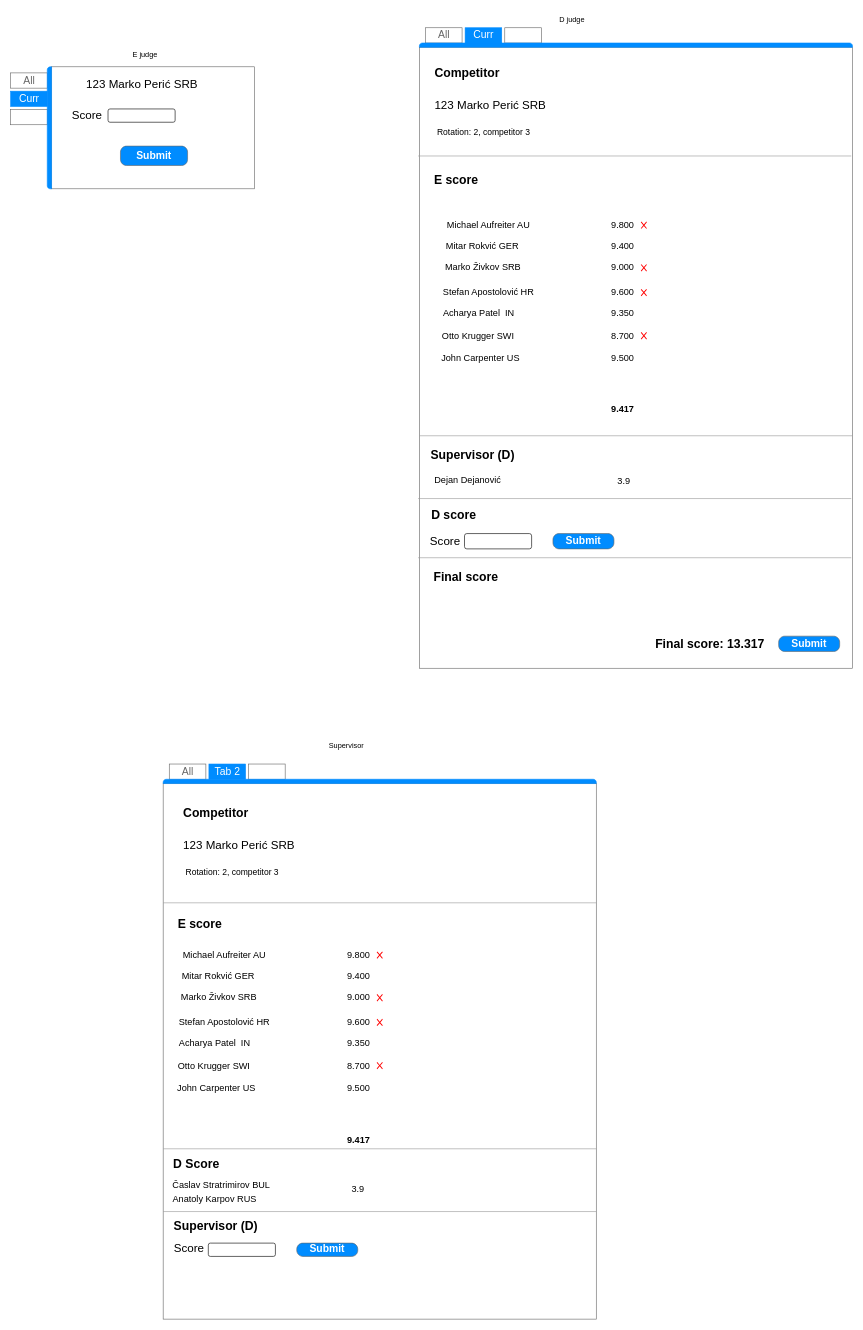
stojanovic00/GCOptimizer keeps this draw.io diagram as Documentation/Interfaces.drawio. Above is the earlier version. Source tidied: cells renumbered, new cells numbered last; positions are measured from the earlier drawing's top-left corner, leaving out a move shared by most shapes. Both pictures are drawn from the tidied source at 61%, with x=0, y=0 at pixel (10, 10).
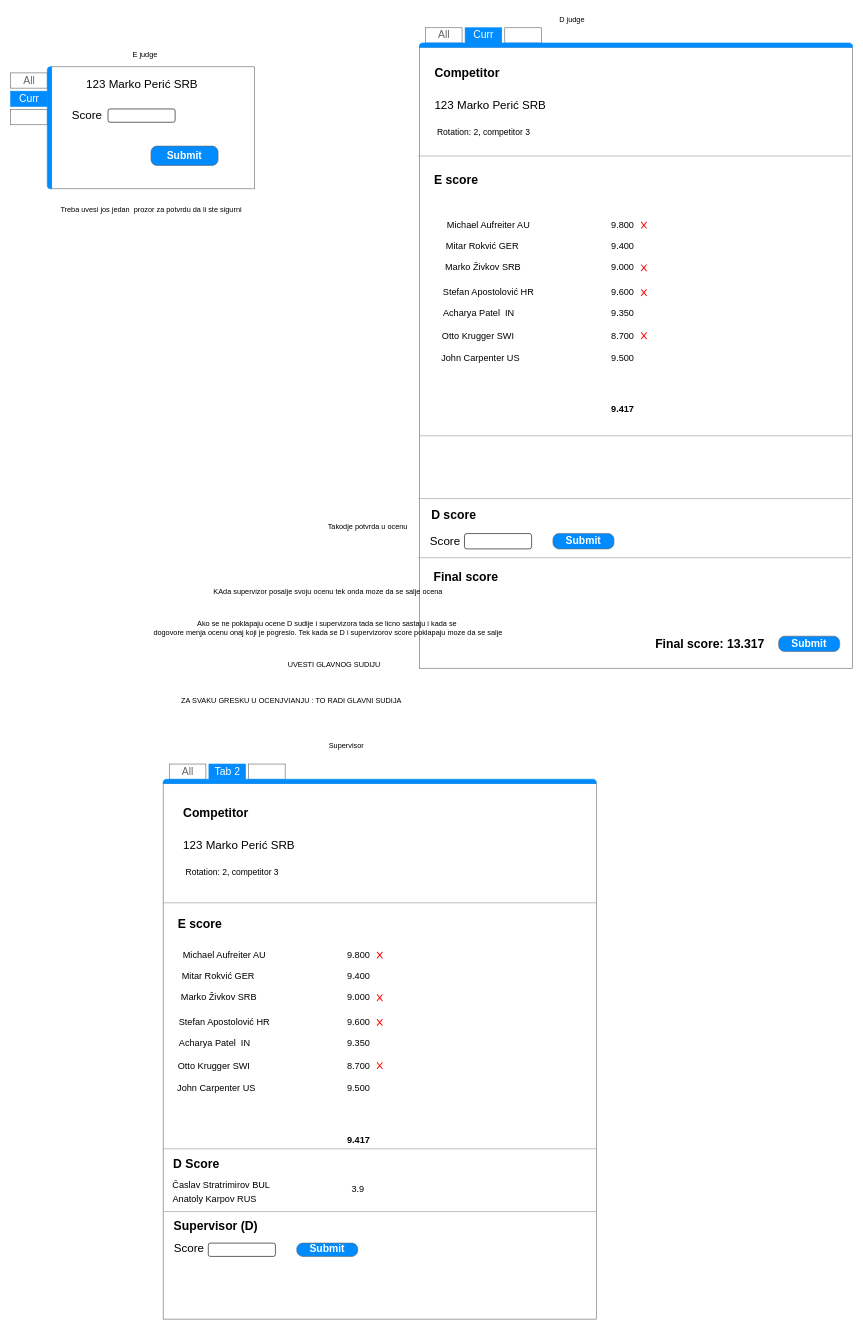
After the change.

The change refers to these unchanged cells:
```xml
<mxCell id="2" style="strokeWidth=1;shadow=0;dashed=0;align=center;html=1;shape=mxgraph.mockup.containers.marginRect2;rectMarginLeft=67;strokeColor=#666666;gradientColor=none;" parent="1" vertex="1">
  <mxGeometry y="92" width="400" height="200" as="geometry" />
</mxCell>
<mxCell id="12" style="strokeWidth=1;shadow=0;dashed=0;align=center;html=1;shape=mxgraph.mockup.containers.marginRect2;rectMarginTop=32;strokeColor=#666666;gradientColor=none;fontSize=19;" parent="1" vertex="1">
  <mxGeometry x="670" y="28" width="710" height="1050" as="geometry" />
</mxCell>
```

The edit, as a diff of the source:
```diff
@@
     <mxCell id="10" value="Submit" style="strokeWidth=1;shadow=0;dashed=0;align=center;html=1;shape=mxgraph.mockup.buttons.button;strokeColor=#666666;fontColor=#ffffff;mainText=;buttonStyle=round;fontSize=17;fontStyle=1;fillColor=#008cff;whiteSpace=wrap;" parent="2" vertex="1">
-      <mxGeometry x="180" y="130" width="110" height="31.8" as="geometry" />
+      <mxGeometry x="230" y="130" width="110" height="31.8" as="geometry" />
     </mxCell>
@@
-    <mxCell id="38" value="&lt;b&gt;&lt;font style=&quot;font-size: 20px;&quot;&gt;Supervisor (D)&lt;/font&gt;&lt;/b&gt;" style="text;html=1;align=center;verticalAlign=middle;strokeColor=none;fillColor=none;fontSize=14;" parent="12" vertex="1">
-      <mxGeometry x="7" y="678.9" width="160" height="40" as="geometry" />
-    </mxCell>
@@
-    <mxCell id="40" value="Dejan Dejanović" style="text;html=1;align=center;verticalAlign=middle;strokeColor=none;fillColor=none;fontSize=15;" parent="12" vertex="1">
-      <mxGeometry x="14" y="725.3" width="130" height="30" as="geometry" />
-    </mxCell>
-    <mxCell id="41" value="3.9" style="text;html=1;align=center;verticalAlign=middle;strokeColor=none;fillColor=none;fontSize=15;" parent="12" vertex="1">
-      <mxGeometry x="315" y="727.2" width="40" height="30" as="geometry" />
-    </mxCell>
@@
+    <mxCell id="95" value="Treba uvesi jos jedan&amp;nbsp; prozor za potvrdu da li ste sigurni" style="text;html=1;align=center;verticalAlign=middle;strokeColor=none;fillColor=none;" parent="1" vertex="1">
+      <mxGeometry x="70" y="312" width="320" height="30" as="geometry" />
+    </mxCell>
+    <mxCell id="96" value="Takodje potvrda u ocenu" style="text;html=1;align=center;verticalAlign=middle;strokeColor=none;fillColor=none;" parent="1" vertex="1">
+      <mxGeometry x="510" y="832" width="150" height="30" as="geometry" />
+    </mxCell>
+    <mxCell id="97" value="KAda supervizor posalje svoju ocenu tek onda moze da se salje ocena" style="text;html=1;align=center;verticalAlign=middle;strokeColor=none;fillColor=none;" parent="1" vertex="1">
+      <mxGeometry x="320" y="937" width="400" height="30" as="geometry" />
+    </mxCell>
+    <mxCell id="98" value="Ako se ne poklapaju ocene D sudije i supervizora tada se licno sastaju i kada se&amp;nbsp;&lt;br&gt;dogovore menja ocenu onaj koji je pogresio. Tek kada se D i supervizorov score poklapaju moze da se salje" style="text;html=1;align=center;verticalAlign=middle;strokeColor=none;fillColor=none;" parent="1" vertex="1">
+      <mxGeometry x="220" y="992" width="600" height="40" as="geometry" />
+    </mxCell>
+    <mxCell id="99" value="ZA SVAKU GRESKU U OCENJVIANJU : TO RADI GLAVNI SUDIJA" style="text;html=1;align=center;verticalAlign=middle;strokeColor=none;fillColor=none;" parent="1" vertex="1">
+      <mxGeometry x="270" y="1117" width="380" height="30" as="geometry" />
+    </mxCell>
+    <mxCell id="100" value="UVESTI GLAVNOG SUDIJU" style="text;html=1;align=center;verticalAlign=middle;strokeColor=none;fillColor=none;" parent="1" vertex="1">
+      <mxGeometry x="440" y="1057" width="180" height="30" as="geometry" />
+    </mxCell>
```
